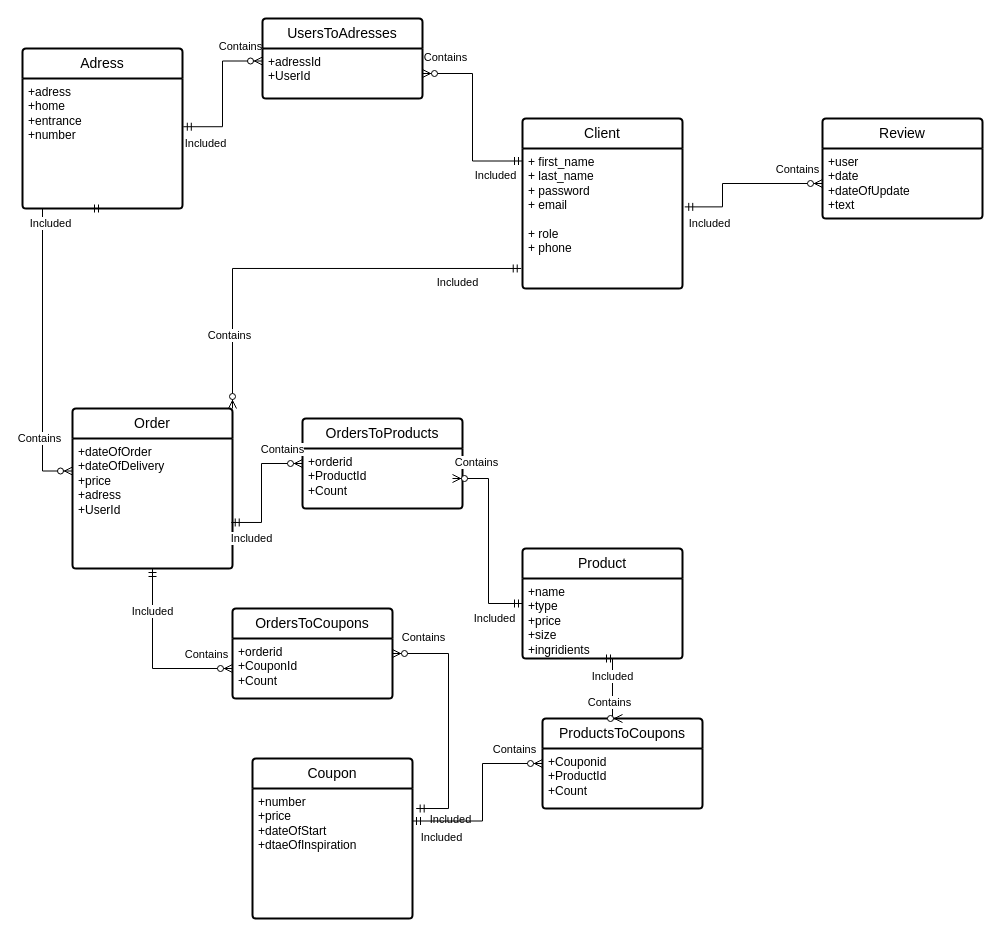
Above: mydb.drawio in kirikate/DBMS (draw.io), before the change. Source tidied: cells renumbered, new cells numbered last; positions are measured from the earlier drawing's top-left corner, leaving out a move shared by most shapes. Both pictures are drawn from the tidied source at 100%, with x=0, y=0 at pixel (22, 18).
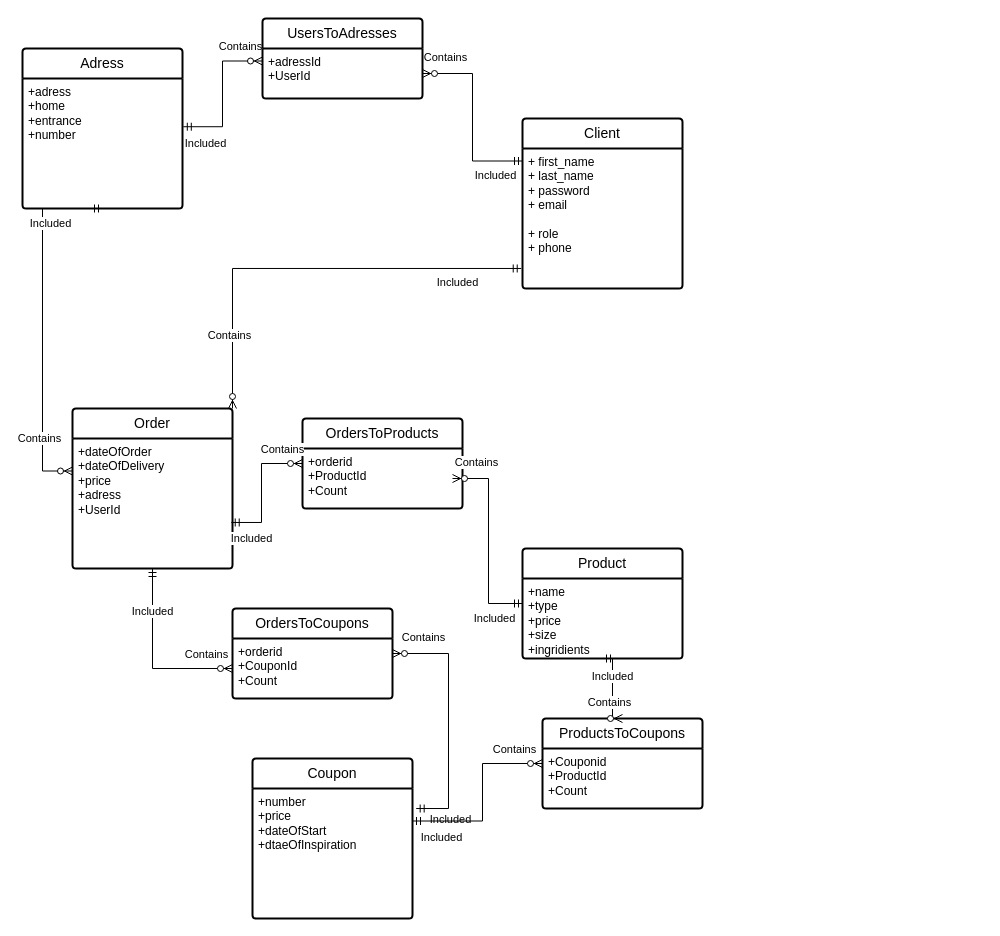
After the change.

The change refers to these unchanged cells:
```xml
<mxCell id="3" value="+ first_name&lt;br&gt;+ last_name&lt;br&gt;+ password&lt;br&gt;+ email&lt;br&gt;&lt;br&gt;+ role&lt;br&gt;+ phone" style="align=left;strokeColor=none;fillColor=none;spacingLeft=4;fontSize=12;verticalAlign=top;html=1;" parent="2" vertex="1">
  <mxGeometry y="30" width="160" height="140" as="geometry" />
</mxCell>
```

Diff of the diagram source:
```diff
@@
-    <mxCell id="13" value="Review" style="swimlane;horizontal=1;startSize=30;rounded=1;fontSize=14;fontStyle=0;strokeWidth=2;shadow=0;dashed=0;align=center;arcSize=4;whiteSpace=wrap;html=1;" parent="1" vertex="1">
-      <mxGeometry x="800" y="100" width="160" height="100" as="geometry" />
-    </mxCell>
-    <mxCell id="14" value="+user&lt;br&gt;+date&lt;br&gt;+dateOfUpdate&lt;br&gt;+text" style="align=left;strokeColor=none;fillColor=none;spacingLeft=4;fontSize=12;verticalAlign=top;html=1;" parent="13" vertex="1">
-      <mxGeometry y="30" width="160" height="70" as="geometry" />
-    </mxCell>
@@
-    <mxCell id="23" style="fontSize=12;html=1;endArrow=ERzeroToMany;startArrow=ERmandOne;rounded=0;edgeStyle=elbowEdgeStyle;entryX=0;entryY=0.5;entryDx=0;entryDy=0;exitX=1.014;exitY=0.417;exitDx=0;exitDy=0;exitPerimeter=0;" parent="1" edge="1" source="3" target="14">
-      <mxGeometry relative="1" as="geometry">
-        <Array as="points">
-          <mxPoint x="700" y="210" />
-        </Array>
-      </mxGeometry>
-    </mxCell>
-    <mxCell id="24" value="Contains" style="edgeLabel;html=1;align=center;verticalAlign=middle;" parent="23" vertex="1">
-      <mxGeometry x="0.73" y="-1" relative="1" as="geometry">
-        <mxPoint x="-3" y="-16" as="offset" />
-      </mxGeometry>
-    </mxCell>
-    <mxCell id="25" value="Included" style="edgeLabel;html=1;align=center;verticalAlign=middle;" parent="23" vertex="1">
-      <mxGeometry x="-0.7" y="-1" relative="1" as="geometry">
-        <mxPoint y="15" as="offset" />
-      </mxGeometry>
-    </mxCell>
```
